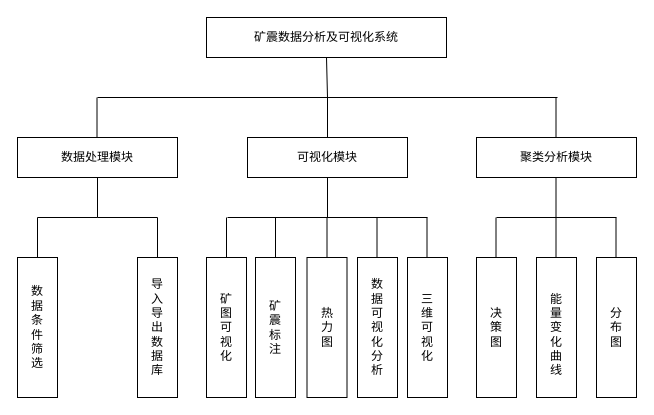
This is Untitled Diagram.drawio from gugugu404/MyFirstProject, a draw.io file, before an edit. Source tidied: cells renumbered, new cells numbered last; positions are measured from the earlier drawing's top-left corner, leaving out a move shared by most shapes. Both pictures are drawn from the tidied source at 100%, with x=0, y=0 at pixel (17, 17).
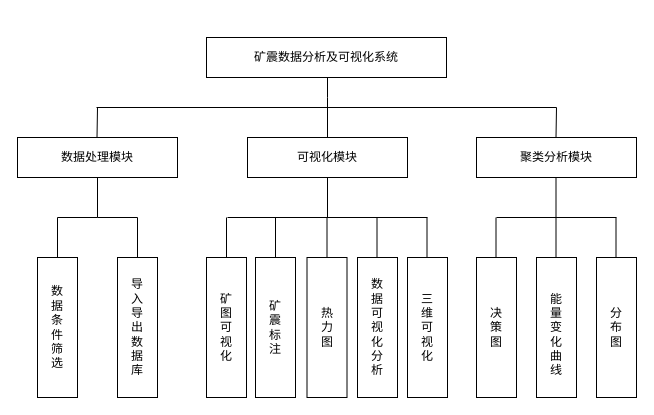
The same diagram, later.

The edit, as a diff of the source:
```diff
@@
     <mxCell id="2" value="&lt;span style=&quot;&quot;&gt;矿震数据分析及可视化系统&lt;/span&gt;" style="rounded=0;whiteSpace=wrap;html=1;" parent="1" vertex="1">
-      <mxGeometry x="189" width="240" height="40" as="geometry" />
+      <mxGeometry x="189" y="20" width="240" height="40" as="geometry" />
     </mxCell>
     <mxCell id="3" style="endArrow=none;html=1;rounded=0;" parent="1" edge="1">
       <mxGeometry relative="1" as="geometry">
-        <mxPoint x="80" y="80" as="sourcePoint" />
-        <mxPoint x="540" y="80" as="targetPoint" />
+        <mxPoint x="79" y="90" as="sourcePoint" />
+        <mxPoint x="539" y="90" as="targetPoint" />
       </mxGeometry>
     </mxCell>
@@
     <mxCell id="5" value="数&lt;br&gt;据&lt;br&gt;条&lt;br&gt;件&lt;br&gt;筛&lt;br&gt;选" style="rounded=0;whiteSpace=wrap;html=1;" parent="1" vertex="1">
-      <mxGeometry y="240" width="40" height="140" as="geometry" />
+      <mxGeometry x="20" y="240" width="40" height="140" as="geometry" />
     </mxCell>
     <mxCell id="6" value="导&lt;br&gt;入&lt;br&gt;导&lt;br&gt;出&lt;br&gt;数&lt;br&gt;据&lt;br&gt;库" style="rounded=0;whiteSpace=wrap;html=1;" parent="1" vertex="1">
-      <mxGeometry x="120" y="240" width="40" height="140" as="geometry" />
+      <mxGeometry x="100" y="240" width="40" height="140" as="geometry" />
     </mxCell>
@@
     <mxCell id="17" style="endArrow=none;html=1;rounded=0;" parent="1" edge="1">
       <mxGeometry relative="1" as="geometry">
         <mxPoint x="79.5" y="120" as="sourcePoint" />
-        <mxPoint x="79.5" y="80" as="targetPoint" />
+        <mxPoint x="80" y="90" as="targetPoint" />
       </mxGeometry>
     </mxCell>
@@
     <mxCell id="19" style="endArrow=none;html=1;rounded=0;exitX=0.5;exitY=0;exitDx=0;exitDy=0;" parent="1" edge="1">
       <mxGeometry relative="1" as="geometry">
         <mxPoint x="538.5" y="120" as="sourcePoint" />
-        <mxPoint x="538.5" y="80" as="targetPoint" />
+        <mxPoint x="539" y="90" as="targetPoint" />
       </mxGeometry>
     </mxCell>
     <mxCell id="20" style="endArrow=none;html=1;rounded=0;" parent="1" edge="1">
       <mxGeometry relative="1" as="geometry">
-        <mxPoint x="20" y="200" as="sourcePoint" />
-        <mxPoint x="140" y="200" as="targetPoint" />
+        <mxPoint x="40" y="200" as="sourcePoint" />
+        <mxPoint x="120" y="200" as="targetPoint" />
         <Array as="points">
           <mxPoint x="80" y="200" />
         </Array>
       </mxGeometry>
     </mxCell>
-    <mxCell id="21" style="endArrow=none;html=1;rounded=0;entryX=0.5;entryY=1;entryDx=0;entryDy=0;" parent="1" edge="1" target="2">
+    <mxCell id="21" style="endArrow=none;html=1;rounded=0;" parent="1" edge="1">
       <mxGeometry relative="1" as="geometry">
         <mxPoint x="310" y="80" as="sourcePoint" />
+        <mxPoint x="310" y="60" as="targetPoint" />
       </mxGeometry>
     </mxCell>
@@
     <mxCell id="24" style="endArrow=none;html=1;rounded=0;exitX=0.5;exitY=0;exitDx=0;exitDy=0;" parent="1" edge="1" source="5">
       <mxGeometry relative="1" as="geometry">
-        <mxPoint x="20" y="200" as="targetPoint" />
+        <mxPoint x="40" y="200" as="targetPoint" />
       </mxGeometry>
     </mxCell>
     <mxCell id="25" style="endArrow=none;html=1;rounded=0;exitX=0.5;exitY=0;exitDx=0;exitDy=0;" parent="1" edge="1" source="6">
       <mxGeometry relative="1" as="geometry">
-        <mxPoint x="140" y="200" as="targetPoint" />
+        <mxPoint x="120" y="200" as="targetPoint" />
       </mxGeometry>
     </mxCell>
```
